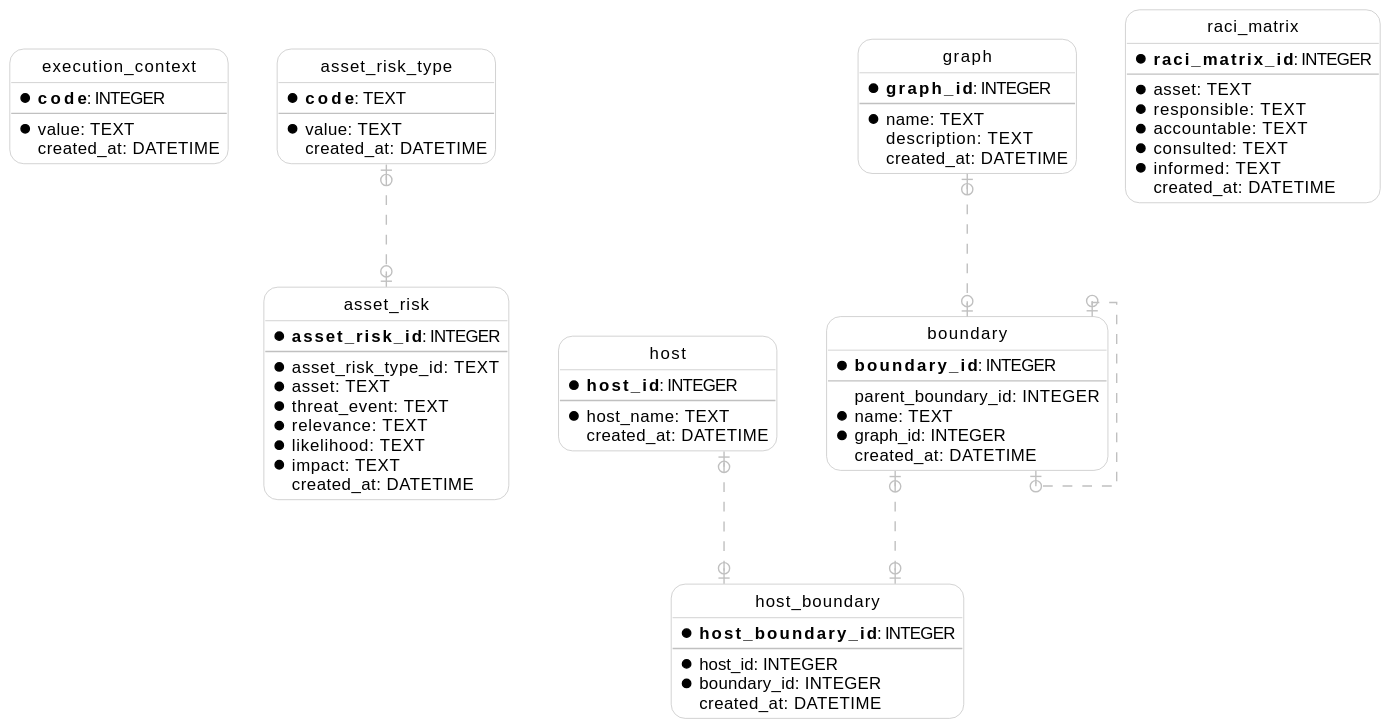
This is support/docs/models.erd.svg from geovlazar/core, a PlantUML export, as it was before one commit. Source of this version:
```plantuml
@startuml
hide circle
  skinparam linetype ortho
  skinparam roundcorner 20
  skinparam class {
    BackgroundColor White
    ArrowColor Silver
    BorderColor Silver
    FontColor Black
    FontSize 12
  }

  entity "execution_context" as execution_context {
    * **code**: INTEGER
    --
    * value: TEXT
      created_at: DATETIME
  }

  entity "asset_risk_type" as asset_risk_type {
    * **code**: TEXT
    --
    * value: TEXT
      created_at: DATETIME
  }

  entity "host" as host {
    * **host_id**: INTEGER
    --
    * host_name: TEXT
      created_at: DATETIME
  }

  entity "graph" as graph {
    * **graph_id**: INTEGER
    --
    * name: TEXT
      description: TEXT
      created_at: DATETIME
  }

  entity "boundary" as boundary {
    * **boundary_id**: INTEGER
    --
      parent_boundary_id: INTEGER
    * name: TEXT
    * graph_id: INTEGER
      created_at: DATETIME
  }

  entity "host_boundary" as host_boundary {
    * **host_boundary_id**: INTEGER
    --
    * host_id: INTEGER
    * boundary_id: INTEGER
      created_at: DATETIME
  }

  entity "raci_matrix" as raci_matrix {
    * **raci_matrix_id**: INTEGER
    --
    * asset: TEXT
    * responsible: TEXT
    * accountable: TEXT
    * consulted: TEXT
    * informed: TEXT
      created_at: DATETIME
  }

  entity "asset_risk" as asset_risk {
    * **asset_risk_id**: INTEGER
    --
    * asset_risk_type_id: TEXT
    * asset: TEXT
    * threat_event: TEXT
    * relevance: TEXT
    * likelihood: TEXT
    * impact: TEXT
      created_at: DATETIME
  }

  boundary |o..o| boundary
  graph |o..o| boundary
  host |o..o| host_boundary
  boundary |o..o| host_boundary
  asset_risk_type |o..o| asset_risk
@enduml
```
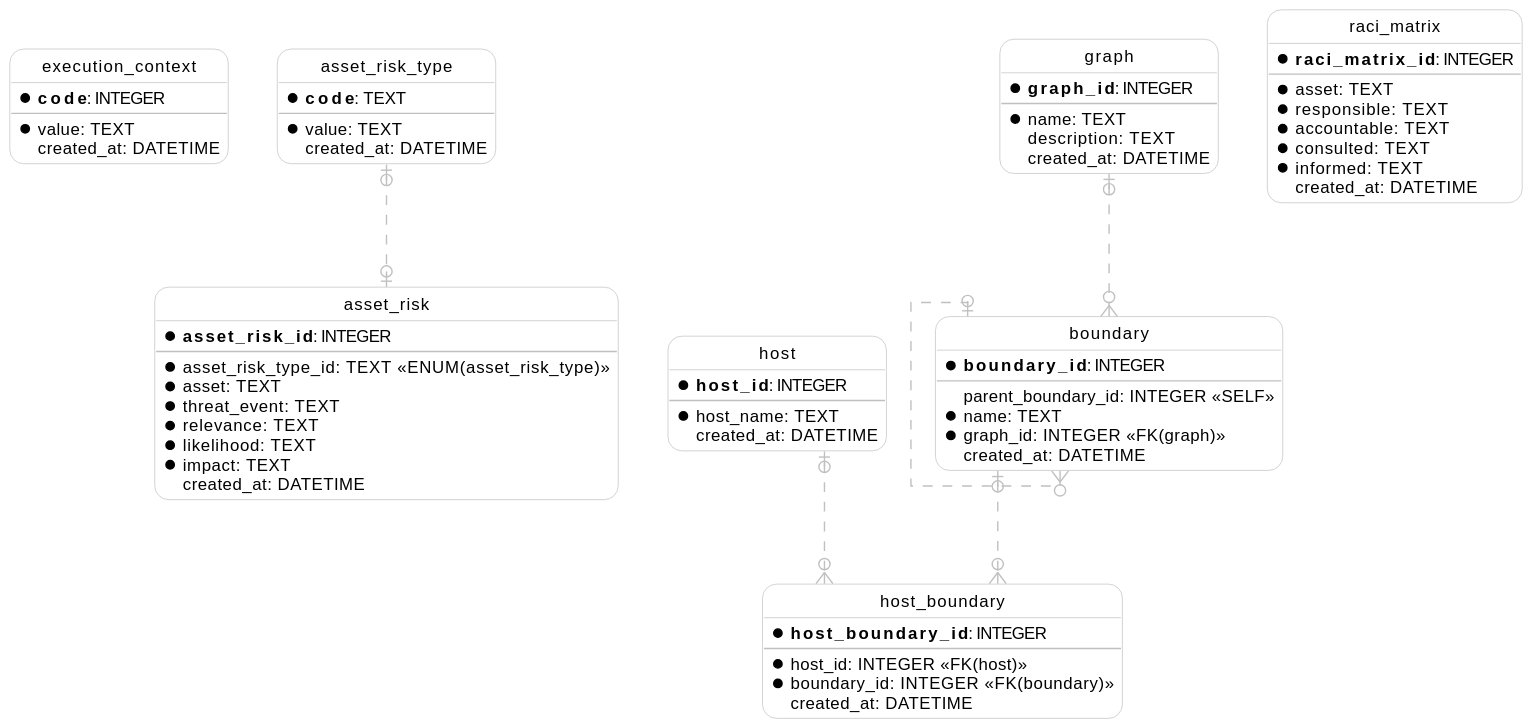
The same diagram one commit later.

Commit message:
chore: use RF's typical ERD config options

What changed in the source:
```diff
@@ -42,17 +42,17 @@
   entity "boundary" as boundary {
     * **boundary_id**: INTEGER
     --
-      parent_boundary_id: INTEGER
+      parent_boundary_id: INTEGER <<SELF>>
     * name: TEXT
-    * graph_id: INTEGER
+    * graph_id: INTEGER <<FK(graph)>>
       created_at: DATETIME
   }
 
   entity "host_boundary" as host_boundary {
     * **host_boundary_id**: INTEGER
     --
-    * host_id: INTEGER
-    * boundary_id: INTEGER
+    * host_id: INTEGER <<FK(host)>>
+    * boundary_id: INTEGER <<FK(boundary)>>
       created_at: DATETIME
   }
 
@@ -70,7 +70,7 @@
   entity "asset_risk" as asset_risk {
     * **asset_risk_id**: INTEGER
     --
-    * asset_risk_type_id: TEXT
+    * asset_risk_type_id: TEXT <<ENUM(asset_risk_type)>>
     * asset: TEXT
     * threat_event: TEXT
     * relevance: TEXT
@@ -79,9 +79,9 @@
       created_at: DATETIME
   }
 
-  boundary |o..o| boundary
-  graph |o..o| boundary
-  host |o..o| host_boundary
-  boundary |o..o| host_boundary
+  boundary |o..o{ boundary
+  graph |o..o{ boundary
+  host |o..o{ host_boundary
+  boundary |o..o{ host_boundary
   asset_risk_type |o..o| asset_risk
 @enduml
```
